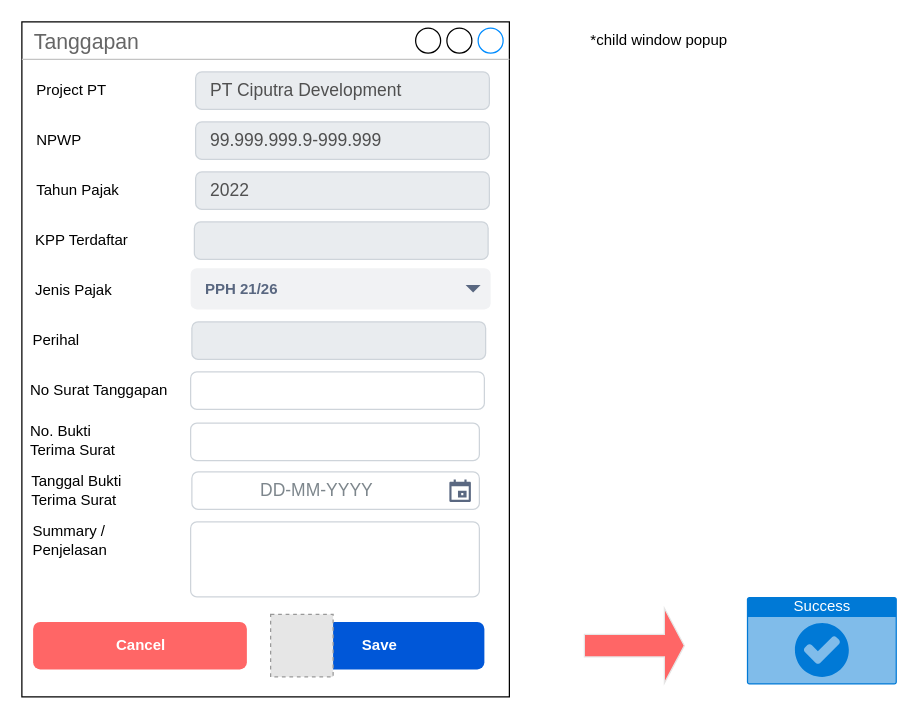
Before: page "1.1 SP2DK_Tanggapan" (5 of 22) of TAMS.drawio in prasetyodavid/TAMS, a draw.io diagram. Source tidied: cells renumbered, new cells numbered last; positions are measured from the earlier drawing's top-left corner, leaving out a move shared by most shapes. Both pictures are drawn from the tidied source at 125%, with x=0, y=0 at pixel (21, 21). Pictures stored in the file or linked from it are replaced by grey dashed boxes.
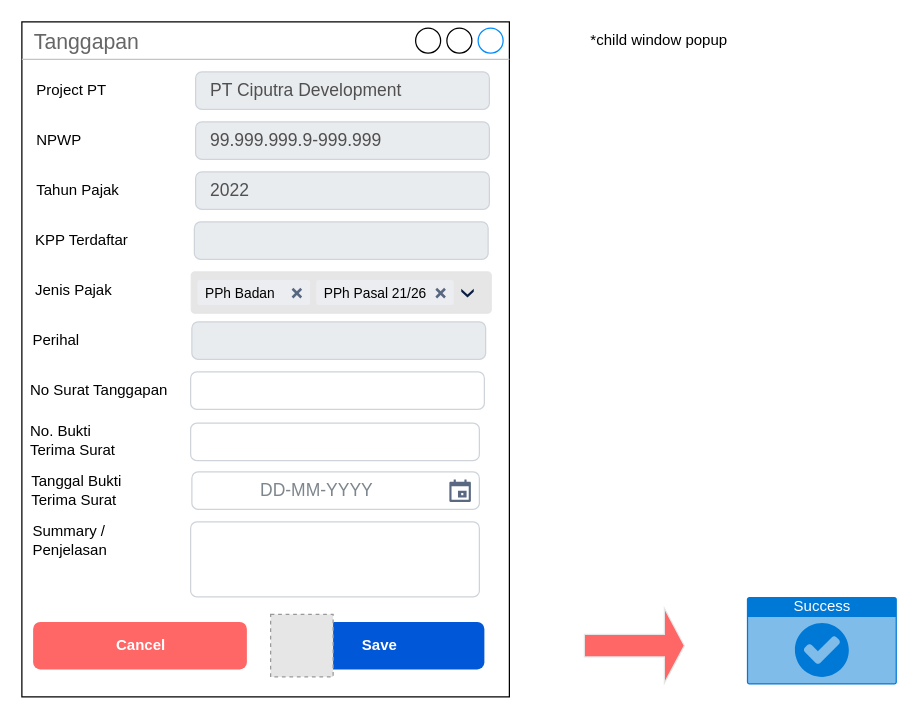
Above is the later version.

The edit, as a diff of the source:
```diff
@@
-    <mxCell id="29" value="PPH 21/26" style="rounded=1;fillColor=#F1F2F4;strokeColor=none;html=1;fontColor=#596780;align=left;fontSize=12;spacingLeft=10;sketch=0;fontStyle=1;" parent="1" vertex="1">
-      <mxGeometry x="135" y="197" width="240" height="33" as="geometry" />
-    </mxCell>
-    <mxCell id="30" style="shape=triangle;direction=south;fillColor=#596780;strokeColor=none;html=1;sketch=0;fontColor=default;" parent="29" vertex="1">
-      <mxGeometry x="1" y="0.5" width="12" height="6" relative="1" as="geometry">
-        <mxPoint x="-20" y="-3" as="offset" />
-      </mxGeometry>
-    </mxCell>
@@
+    <mxCell id="32" style="rounded=1;arcSize=9;fillColor=#E6E6E6;strokeColor=#E6E6E6;strokeWidth=1;spacingLeft=30;fontColor=#000000;align=left;html=1;" parent="1" vertex="1">
+      <mxGeometry x="135.5" y="200" width="240" height="33" as="geometry" />
+    </mxCell>
+    <mxCell id="33" style="shape=step;whiteSpace=wrap;html=1;rounded=0;strokeColor=none;strokeWidth=2;fillColor=#0A1E43;gradientColor=none;fontFamily=Verdana;fontSize=14;fontColor=#000000;align=left;direction=south;size=0.65;" parent="32" vertex="1">
+      <mxGeometry x="1" y="0.5" width="10" height="7" relative="1" as="geometry">
+        <mxPoint x="-24" y="-3" as="offset" />
+      </mxGeometry>
+    </mxCell>
+    <mxCell id="34" value="PPh Badan" style="rounded=1;arcSize=9;fillColor=#ECEDF1;strokeColor=none;html=1;strokeWidth=2;spacingLeft=4;fontColor=#000000;align=left;fontSize=11;" parent="32" vertex="1">
+      <mxGeometry y="0.5" width="90" height="20" relative="1" as="geometry">
+        <mxPoint x="5" y="-10" as="offset" />
+      </mxGeometry>
+    </mxCell>
+    <mxCell id="35" style="html=1;shadow=0;dashed=0;shape=mxgraph.atlassian.x;strokeColor=#58667F;strokeWidth=2;fontColor=default;" parent="34" vertex="1">
+      <mxGeometry x="1" y="0.5" width="7" height="7" relative="1" as="geometry">
+        <mxPoint x="-14" y="-3" as="offset" />
+      </mxGeometry>
+    </mxCell>
+    <mxCell id="36" value="PPh Pasal 21/26" style="rounded=1;arcSize=9;fillColor=#ECEDF1;strokeColor=none;html=1;strokeWidth=2;spacingLeft=4;fontColor=#000000;align=left;fontSize=11;" parent="32" vertex="1">
+      <mxGeometry x="100" y="6.5" width="110" height="20" as="geometry" />
+    </mxCell>
+    <mxCell id="37" style="html=1;shadow=0;dashed=0;shape=mxgraph.atlassian.x;strokeColor=#58667F;strokeWidth=2;fontColor=default;" parent="36" vertex="1">
+      <mxGeometry x="1" y="0.5" width="7" height="7" relative="1" as="geometry">
+        <mxPoint x="-14" y="-3" as="offset" />
+      </mxGeometry>
+    </mxCell>
```
